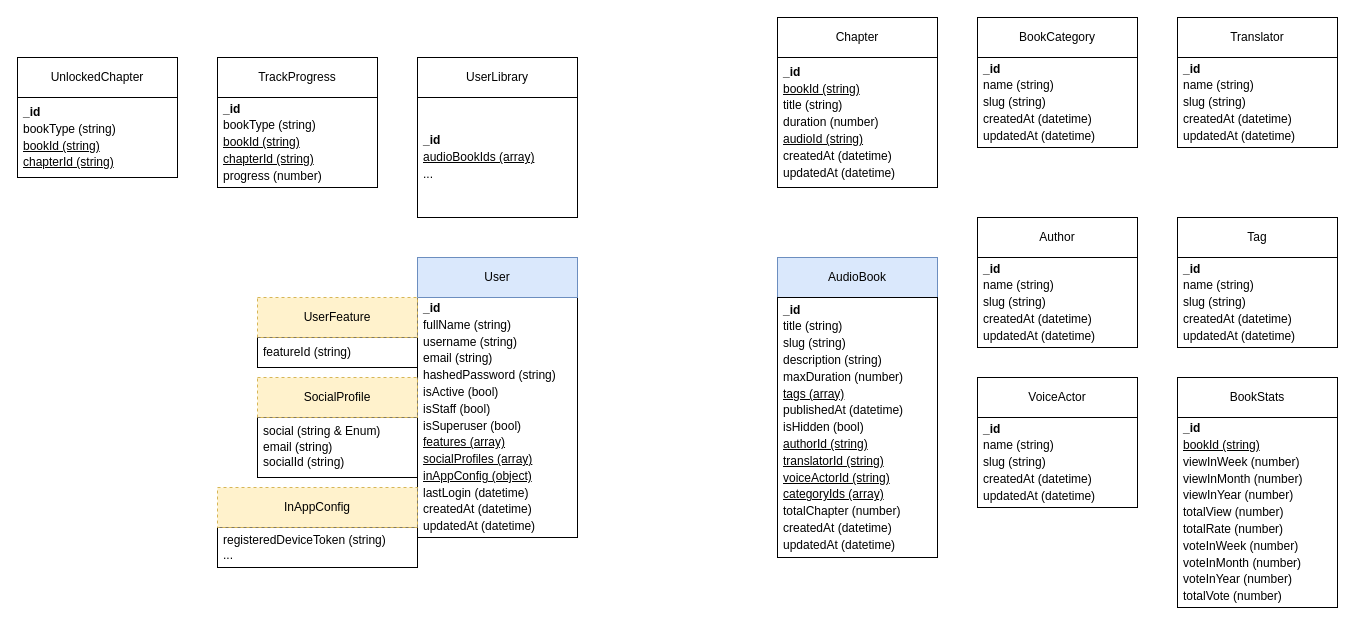
Earlier version of the draw.io diagram page "Schemas" (2 of 2) of docs/entity.schema.drawio (duonghoainam/tien-am). Source tidied: cells renumbered, new cells numbered last; positions are measured from the earlier drawing's top-left corner, leaving out a move shared by most shapes. Both pictures are drawn from the tidied source at 100%, with x=0, y=0 at pixel (17, 17).
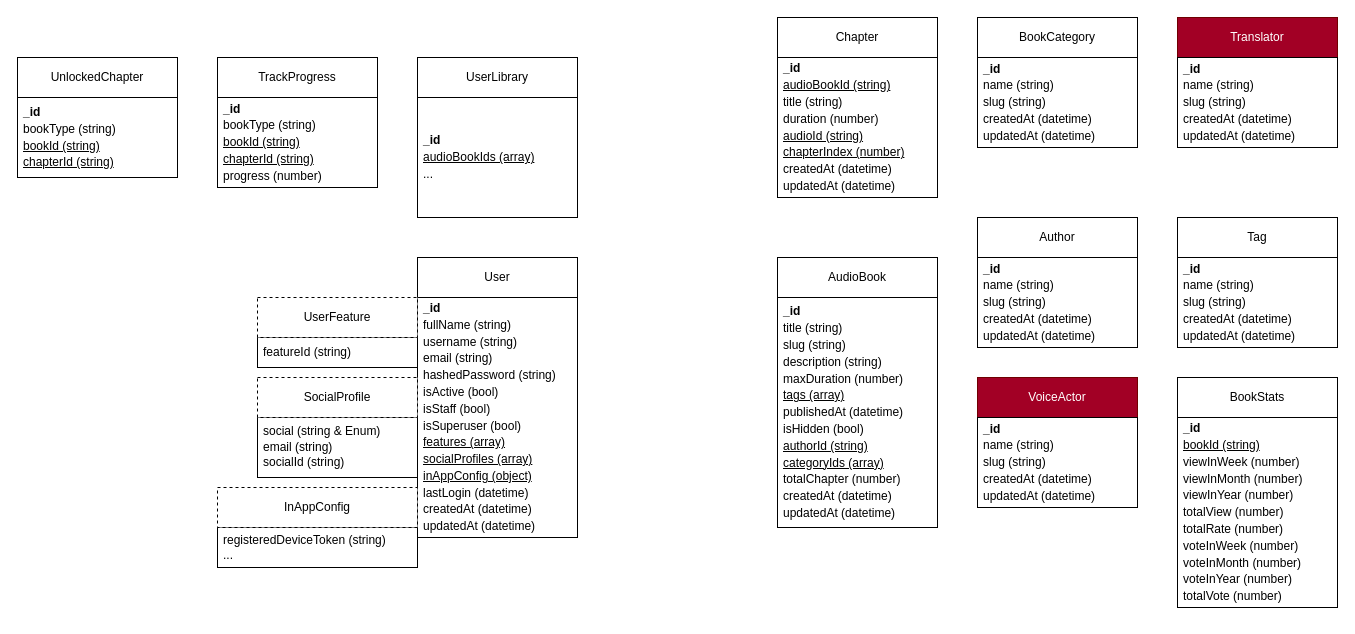
The same page after the edit.

Diff of the diagram source:
```diff
@@
-    <mxCell id="6" value="User" style="rounded=0;whiteSpace=wrap;html=1;fillColor=#dae8fc;strokeColor=#6c8ebf;" parent="1" vertex="1">
+    <mxCell id="6" value="User" style="rounded=0;whiteSpace=wrap;html=1;" parent="1" vertex="1">
       <mxGeometry x="400" y="240" width="160" height="40" as="geometry" />
     </mxCell>
@@
-    <mxCell id="9" value="SocialProfile" style="rounded=0;whiteSpace=wrap;html=1;dashed=1;fillColor=#fff2cc;strokeColor=#d6b656;" parent="1" vertex="1">
+    <mxCell id="9" value="SocialProfile" style="rounded=0;whiteSpace=wrap;html=1;dashed=1;" parent="1" vertex="1">
       <mxGeometry x="240" y="360" width="160" height="40" as="geometry" />
     </mxCell>
-    <mxCell id="10" value="UserFeature" style="rounded=0;whiteSpace=wrap;html=1;dashed=1;fillColor=#fff2cc;strokeColor=#d6b656;" parent="1" vertex="1">
+    <mxCell id="10" value="UserFeature" style="rounded=0;whiteSpace=wrap;html=1;dashed=1;" parent="1" vertex="1">
       <mxGeometry x="240" y="280" width="160" height="40" as="geometry" />
     </mxCell>
@@
-    <mxCell id="16" value="VoiceActor" style="rounded=0;whiteSpace=wrap;html=1;" parent="1" vertex="1">
+    <mxCell id="16" value="VoiceActor" style="rounded=0;whiteSpace=wrap;html=1;fillColor=#a20025;fontColor=#ffffff;strokeColor=#6F0000;" parent="1" vertex="1">
       <mxGeometry x="960" y="360" width="160" height="40" as="geometry" />
     </mxCell>
-    <mxCell id="17" value="AudioBook" style="rounded=0;whiteSpace=wrap;html=1;fillColor=#dae8fc;strokeColor=#6c8ebf;" parent="1" vertex="1">
+    <mxCell id="17" value="AudioBook" style="rounded=0;whiteSpace=wrap;html=1;" parent="1" vertex="1">
       <mxGeometry x="760" y="240" width="160" height="40" as="geometry" />
     </mxCell>
@@
-    <mxCell id="21" value="Translator" style="rounded=0;whiteSpace=wrap;html=1;" parent="1" vertex="1">
+    <mxCell id="21" value="Translator" style="rounded=0;whiteSpace=wrap;html=1;fillColor=#a20025;fontColor=#ffffff;strokeColor=#6F0000;" parent="1" vertex="1">
       <mxGeometry x="1160" width="160" height="40" as="geometry" />
     </mxCell>
-    <mxCell id="22" value="&lt;p style=&quot;line-height: 140%;&quot;&gt;&lt;b&gt;_id&lt;/b&gt;&lt;br&gt;title (string)&lt;br&gt;slug (string)&lt;br&gt;description (string)&lt;br&gt;maxDuration (number)&lt;br&gt;&lt;u&gt;tags (array)&lt;/u&gt;&lt;br&gt;publishedAt (datetime)&lt;br&gt;isHidden (bool)&lt;br&gt;&lt;u&gt;authorId (string)&lt;/u&gt;&lt;br&gt;&lt;u&gt;translatorId (string)&lt;/u&gt;&lt;br&gt;&lt;u&gt;voiceActorId (string)&lt;/u&gt;&lt;br&gt;&lt;u&gt;categoryIds (array)&lt;/u&gt;&lt;br&gt;totalChapter (number)&lt;br&gt;createdAt (datetime)&lt;br&gt;updatedAt (datetime)&lt;/p&gt;" style="rounded=0;whiteSpace=wrap;html=1;labelBackgroundColor=none;align=left;spacingLeft=4;" parent="1" vertex="1">
-      <mxGeometry x="760" y="280" width="160" height="260" as="geometry" />
+    <mxCell id="22" value="&lt;p style=&quot;line-height: 140%;&quot;&gt;&lt;b&gt;_id&lt;/b&gt;&lt;br&gt;title (string)&lt;br&gt;slug (string)&lt;br&gt;description (string)&lt;br&gt;maxDuration (number)&lt;br&gt;&lt;u&gt;tags (array)&lt;/u&gt;&lt;br&gt;publishedAt (datetime)&lt;br&gt;isHidden (bool)&lt;br&gt;&lt;u&gt;authorId (string)&lt;/u&gt;&lt;br&gt;&lt;u&gt;categoryIds (array)&lt;/u&gt;&lt;br&gt;totalChapter (number)&lt;br&gt;createdAt (datetime)&lt;br&gt;updatedAt (datetime)&lt;/p&gt;" style="rounded=0;whiteSpace=wrap;html=1;labelBackgroundColor=none;align=left;spacingLeft=4;" parent="1" vertex="1">
+      <mxGeometry x="760" y="280" width="160" height="230" as="geometry" />
     </mxCell>
-    <mxCell id="23" value="&lt;p style=&quot;line-height: 140%;&quot;&gt;&lt;b&gt;_id&lt;/b&gt;&lt;br&gt;&lt;u&gt;bookId (string)&lt;/u&gt;&lt;br&gt;title (string)&lt;br&gt;duration (number)&lt;br&gt;&lt;u&gt;audioId (string)&lt;/u&gt;&lt;br&gt;createdAt (datetime)&lt;br&gt;updatedAt (datetime)&lt;/p&gt;" style="rounded=0;whiteSpace=wrap;html=1;labelBackgroundColor=none;align=left;spacingLeft=4;" parent="1" vertex="1">
-      <mxGeometry x="760" y="40" width="160" height="130" as="geometry" />
+    <mxCell id="23" value="&lt;p style=&quot;line-height: 140%;&quot;&gt;&lt;b&gt;_id&lt;/b&gt;&lt;br&gt;&lt;u&gt;audioBookId (string)&lt;/u&gt;&lt;br&gt;title (string)&lt;br&gt;duration (number)&lt;br&gt;&lt;u&gt;audioId (string)&lt;br&gt;chapterIndex (number)&lt;br&gt;&lt;/u&gt;&lt;span style=&quot;background-color: initial;&quot;&gt;createdAt (datetime)&lt;br&gt;&lt;/span&gt;&lt;span style=&quot;background-color: initial;&quot;&gt;updatedAt (datetime)&lt;/span&gt;&lt;/p&gt;" style="rounded=0;whiteSpace=wrap;html=1;labelBackgroundColor=none;align=left;spacingLeft=4;" parent="1" vertex="1">
+      <mxGeometry x="760" y="40" width="160" height="140" as="geometry" />
     </mxCell>
@@
-    <mxCell id="31" value="InAppConfig" style="rounded=0;whiteSpace=wrap;html=1;fillColor=#fff2cc;strokeColor=#d6b656;dashed=1;" parent="1" vertex="1">
+    <mxCell id="31" value="InAppConfig" style="rounded=0;whiteSpace=wrap;html=1;dashed=1;" parent="1" vertex="1">
       <mxGeometry x="200" y="470" width="200" height="40" as="geometry" />
     </mxCell>
```
